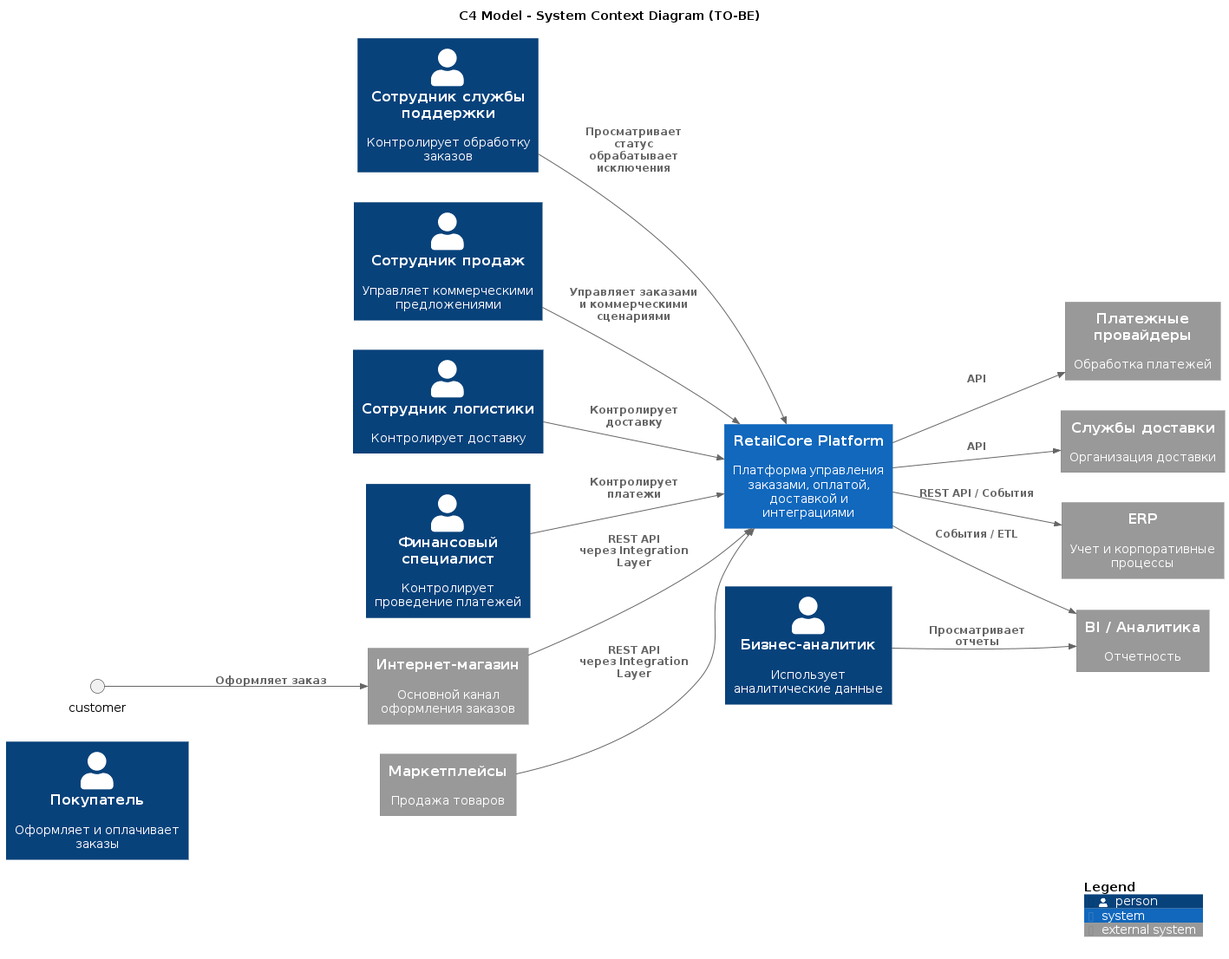
Before: Task3/Diagrams/TO_BE CONTEXT.png, a diagram exported from PlantUML (gininvadim290588/Ginin_Solution-RetailCor_Sprint4).
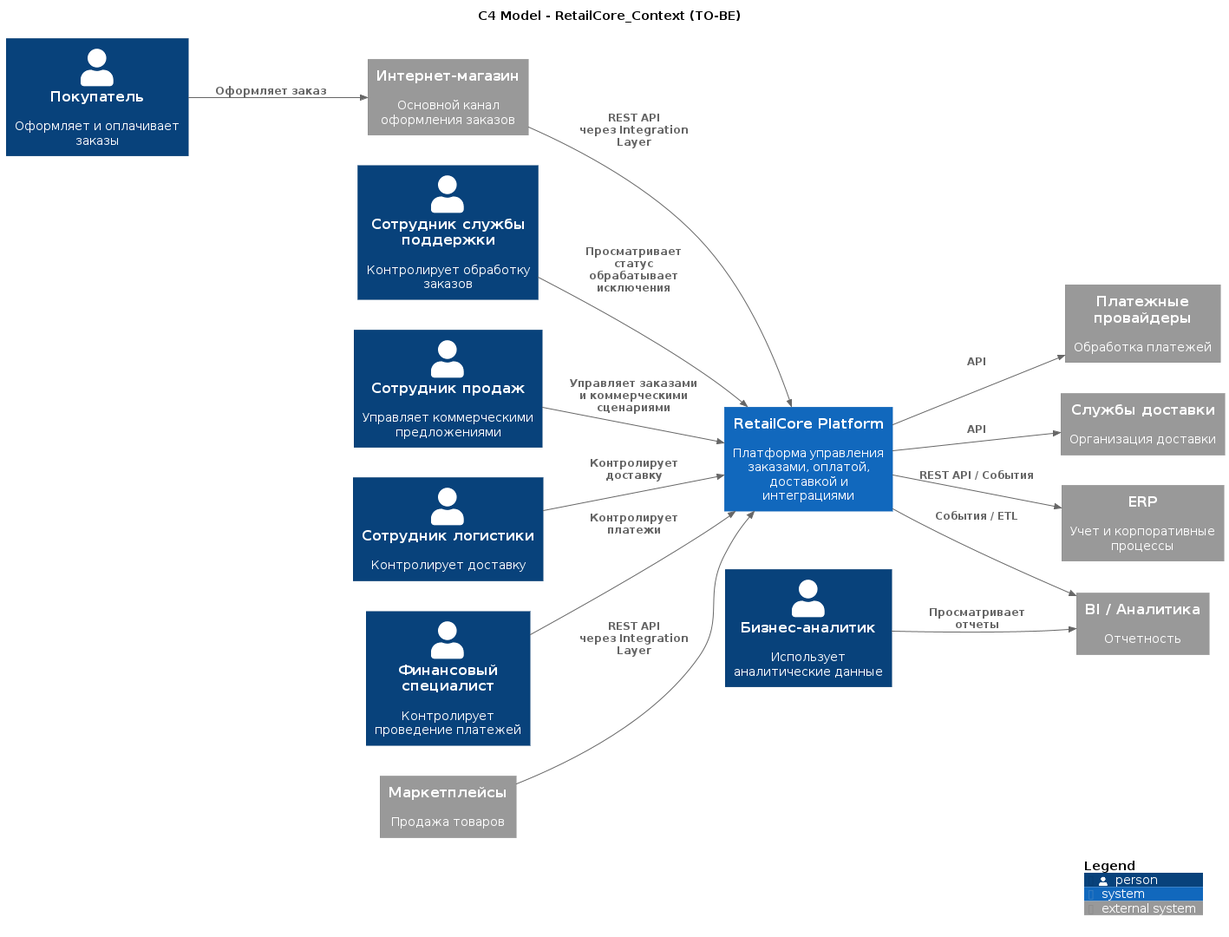
Above is the later version.

Diff of the diagram source:
```diff
@@ -1,10 +1,10 @@
 @startuml
 !include https://raw.githubusercontent.com/plantuml-stdlib/C4-PlantUML/master/C4_Context.puml
 
-title C4 Model - System Context Diagram (TO-BE)
+title C4 Model - RetailCore_Context (TO-BE)
 
 LAYOUT_LEFT_RIGHT()
-Person( mcustomer,"Покупатель","Оформляет и оплачивает заказы")
+Person( customer,"Покупатель","Оформляет и оплачивает заказы")
 Person( support,"Сотрудник службы поддержки","Контролирует обработку заказов")
 Person( sales,"Сотрудник продаж","Управляет коммерческими предложениями")
 Person( logistics,"Сотрудник логистики","Контролирует доставку")
```
